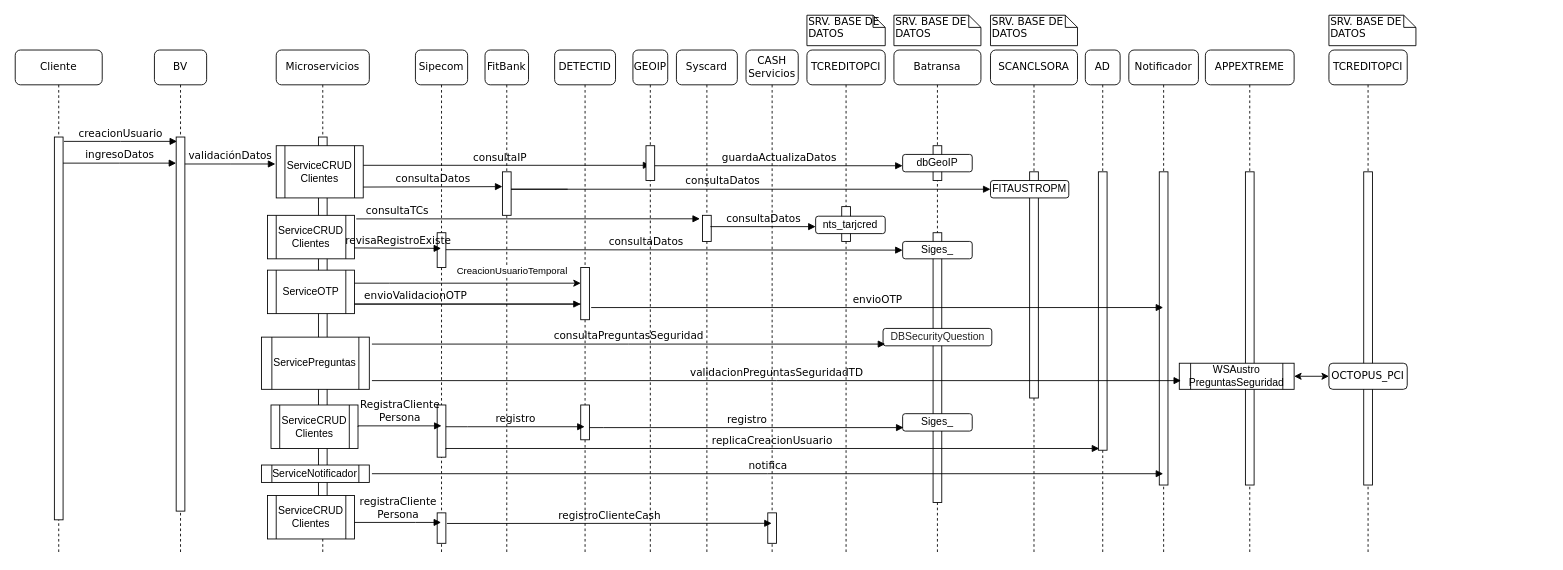
Earlier version of the draw.io diagram page "DiagramaSeqCreacion ONLY EXTREME" (5 of 12) of CreateUsrBVDiagram.drawio (davidguillermofg/Diagrams). Source tidied: cells renumbered, new cells numbered last; positions are measured from the earlier drawing's top-left corner, leaving out a move shared by most shapes. Both pictures are drawn from the tidied source at 87%, with x=0, y=0 at pixel (15, 15).
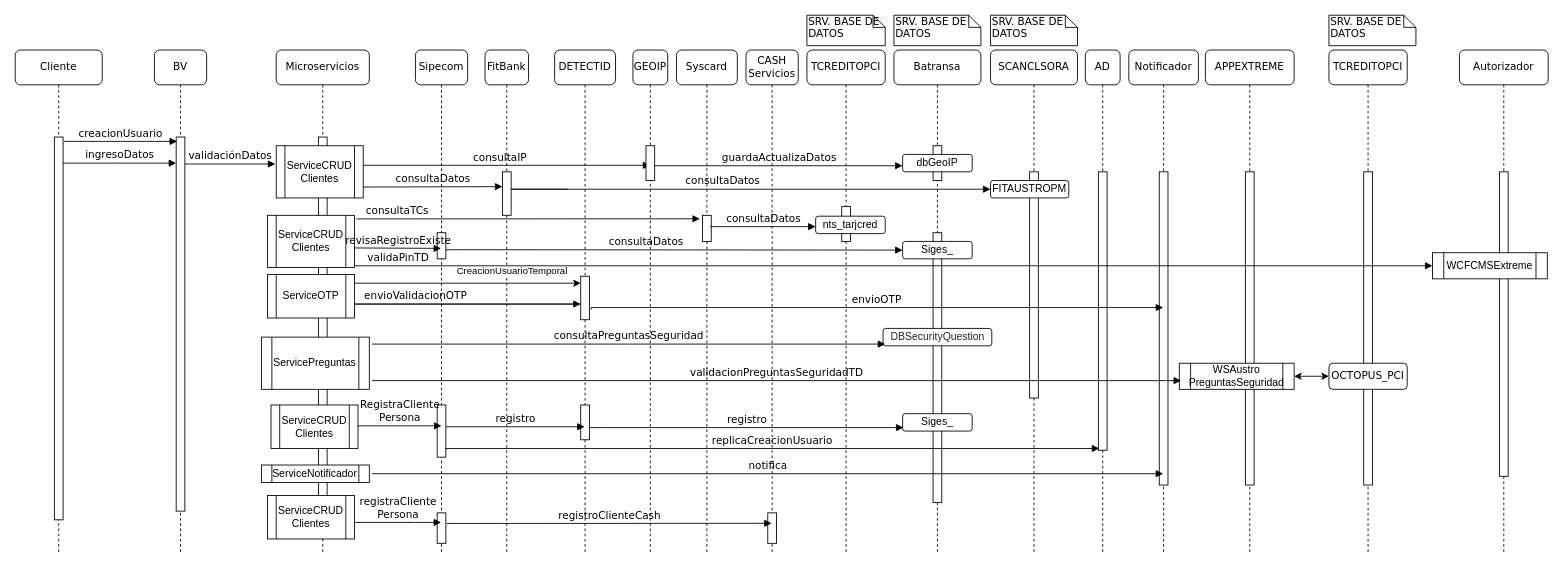
The same page after the edit.

Unchanged cells that the change refers to:
```xml
<mxCell id="5" value="Microservicios" style="shape=umlLifeline;perimeter=lifelinePerimeter;whiteSpace=wrap;html=1;rounded=1;shadow=0;comic=0;labelBackgroundColor=none;strokeWidth=1;fontFamily=Verdana;fontSize=12;align=center;" parent="1" vertex="1">
  <mxGeometry x="300" y="40" width="107" height="580" as="geometry" />
</mxCell>
<mxCell id="11" value="Sipecom" style="shape=umlLifeline;perimeter=lifelinePerimeter;whiteSpace=wrap;html=1;rounded=1;shadow=0;comic=0;labelBackgroundColor=none;strokeWidth=1;fontFamily=Verdana;fontSize=12;align=center;" parent="1" vertex="1">
  <mxGeometry x="460" y="40" width="60" height="580" as="geometry" />
</mxCell>
<mxCell id="15" value="DETECTID" style="shape=umlLifeline;perimeter=lifelinePerimeter;whiteSpace=wrap;html=1;rounded=1;shadow=0;comic=0;labelBackgroundColor=none;strokeWidth=1;fontFamily=Verdana;fontSize=12;align=center;" parent="1" vertex="1">
  <mxGeometry x="620" y="40" width="70" height="580" as="geometry" />
</mxCell>
```

What changed in the source:
```diff
@@
     <mxCell id="8" value="ServiceCRUD&lt;br&gt;Clientes" style="shape=process;whiteSpace=wrap;html=1;backgroundOutline=1;" parent="5" vertex="1">
-      <mxGeometry x="-10" y="190" width="100" height="50" as="geometry" />
+      <mxGeometry x="-10" y="190" width="100" height="60" as="geometry" />
     </mxCell>
     <mxCell id="9" value="ServiceOTP" style="shape=process;whiteSpace=wrap;html=1;backgroundOutline=1;" parent="5" vertex="1">
-      <mxGeometry x="-10" y="253" width="100" height="50" as="geometry" />
+      <mxGeometry x="-10" y="258" width="100" height="50" as="geometry" />
     </mxCell>
@@
     <mxCell id="12" style="html=1;perimeter=orthogonalPerimeter;rounded=0;shadow=0;comic=0;labelBackgroundColor=none;strokeWidth=1;fontFamily=Verdana;fontSize=12;align=center;" parent="11" vertex="1">
-      <mxGeometry x="25" y="210" width="10" height="40" as="geometry" />
+      <mxGeometry x="25" y="210" width="10" height="30" as="geometry" />
     </mxCell>
@@
     <mxCell id="16" style="html=1;points=[];perimeter=orthogonalPerimeter;rounded=0;shadow=0;comic=0;labelBackgroundColor=none;strokeWidth=1;fontFamily=Verdana;fontSize=12;align=center;" parent="15" vertex="1">
-      <mxGeometry x="30" y="250" width="10" height="60" as="geometry" />
+      <mxGeometry x="30" y="260" width="10" height="50" as="geometry" />
     </mxCell>
@@
+    <mxCell id="82" value="Autorizador" style="shape=umlLifeline;perimeter=lifelinePerimeter;whiteSpace=wrap;html=1;rounded=1;shadow=0;comic=0;labelBackgroundColor=none;strokeWidth=1;fontFamily=Verdana;fontSize=12;align=center;" parent="1" vertex="1">
+      <mxGeometry x="1660" y="40" width="102" height="580" as="geometry" />
+    </mxCell>
+    <mxCell id="83" style="html=1;perimeter=orthogonalPerimeter;rounded=0;shadow=0;comic=0;labelBackgroundColor=none;strokeColor=#000000;strokeWidth=1;fillColor=#FFFFFF;fontFamily=Verdana;fontSize=12;fontColor=#000000;align=center;" parent="82" vertex="1">
+      <mxGeometry x="46" y="140" width="10" height="350" as="geometry" />
+    </mxCell>
+    <mxCell id="84" value="WCFCMSExtreme" style="shape=process;whiteSpace=wrap;html=1;backgroundOutline=1;" parent="82" vertex="1">
+      <mxGeometry x="-31" y="233" width="132" height="30" as="geometry" />
+    </mxCell>
+    <mxCell id="85" value="validaPinTD" style="html=1;verticalAlign=bottom;endArrow=block;labelBackgroundColor=none;fontFamily=Verdana;fontSize=12;edgeStyle=elbowEdgeStyle;elbow=vertical;rounded=0;entryX=0;entryY=0.5;entryDx=0;entryDy=0;" parent="1" edge="1" target="84">
+      <mxGeometry x="-0.92" relative="1" as="geometry">
+        <mxPoint x="390" y="288" as="sourcePoint" />
+      </mxGeometry>
+    </mxCell>
```
